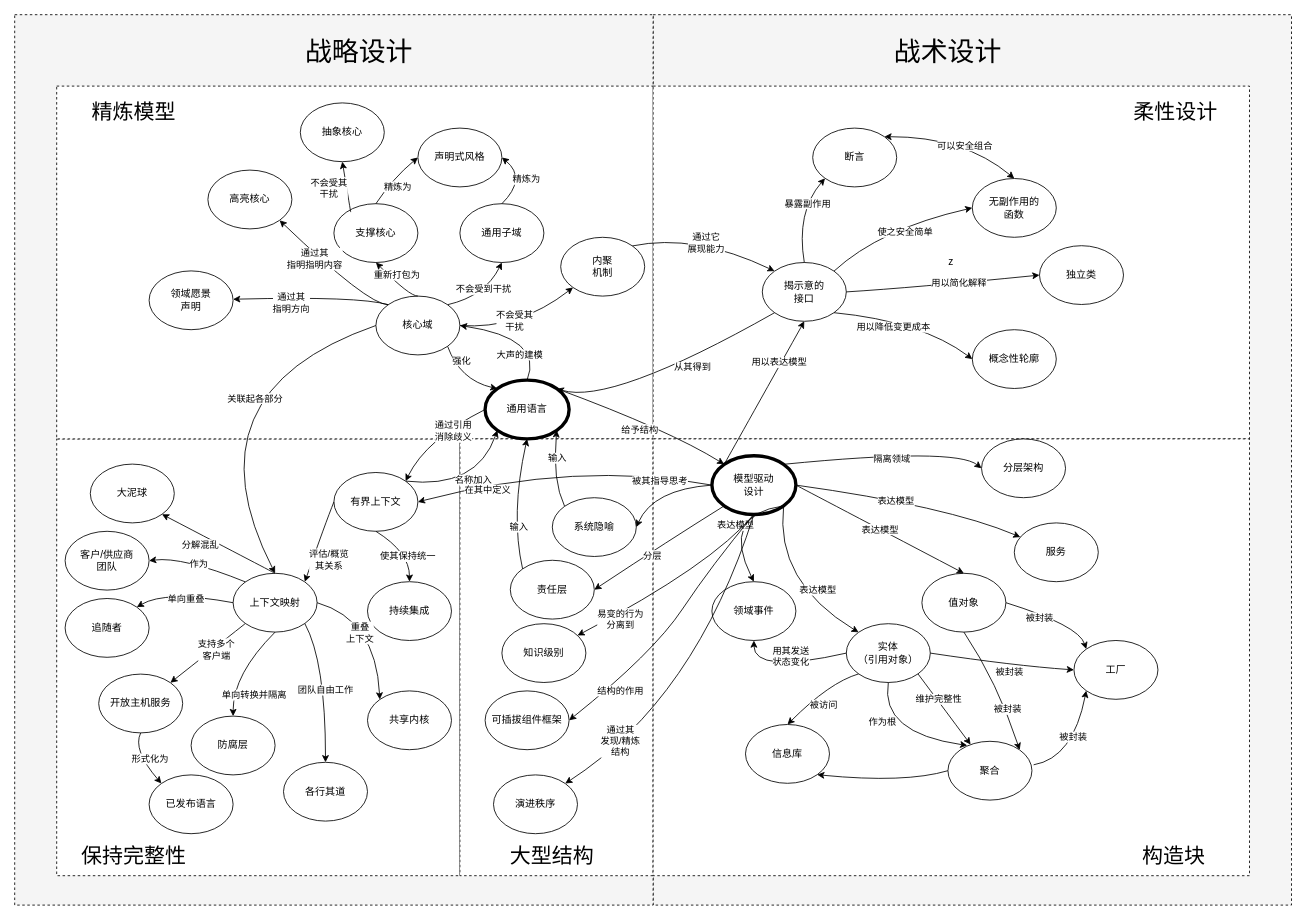
This is docs/arch/ddd/ddd-full.drawio from wizardbyron/guides, a draw.io file, before an edit. Source tidied: cells renumbered, new cells numbered last; positions are measured from the earlier drawing's top-left corner, leaving out a move shared by most shapes. Both pictures are drawn from the tidied source at 84%, with x=0, y=0 at pixel (14, 14).
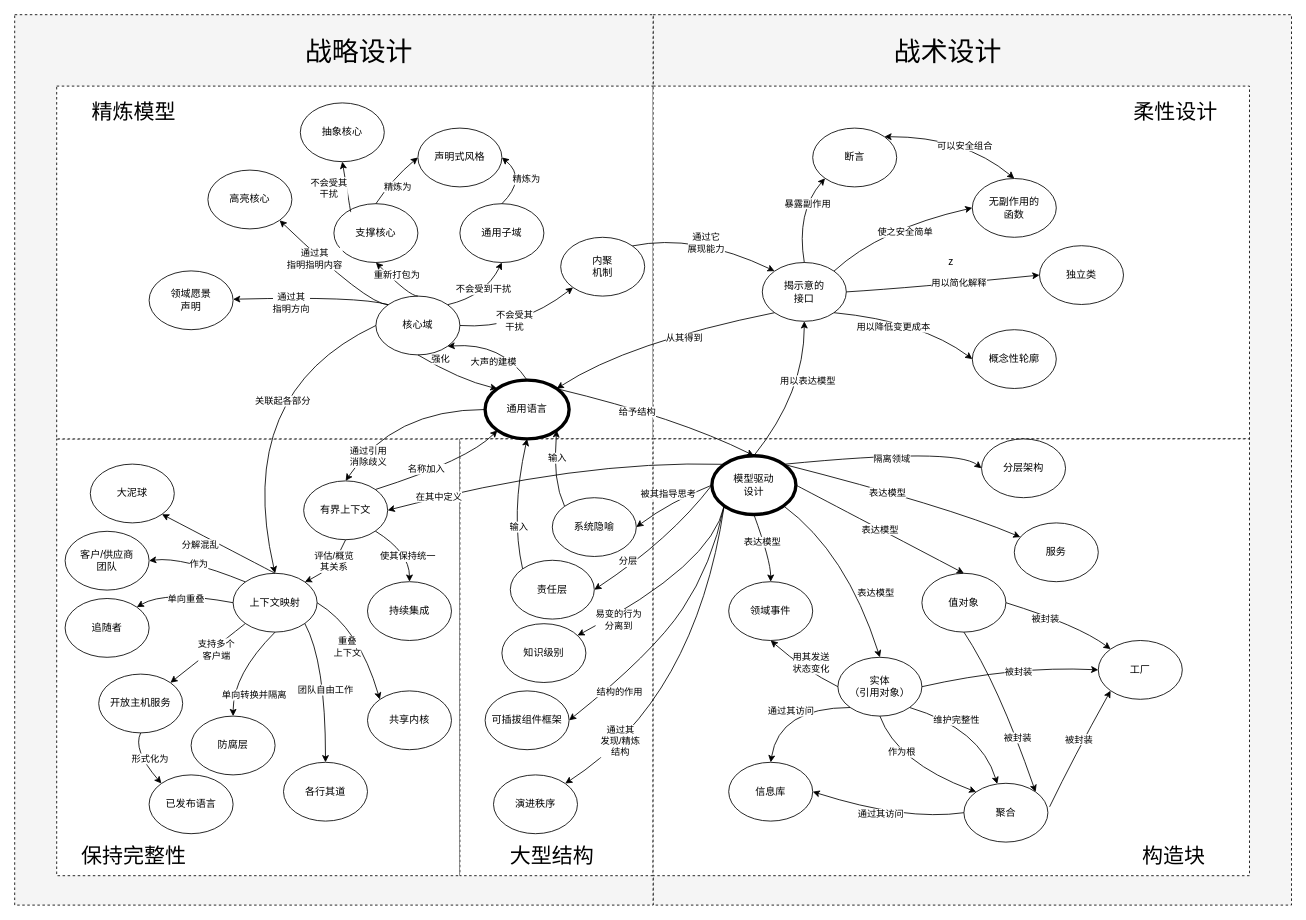
The same page after the edit.

The change refers to these unchanged cells:
```xml
<mxCell id="9" value="通用语言" style="ellipse;whiteSpace=wrap;html=1;strokeWidth=4;" parent="1" vertex="1">
  <mxGeometry x="560" y="435" width="100" height="70" as="geometry" />
</mxCell>
<mxCell id="10" value="模型驱动&lt;br&gt;设计" style="ellipse;whiteSpace=wrap;html=1;strokeWidth=4;" parent="1" vertex="1">
  <mxGeometry x="830" y="525" width="100" height="70" as="geometry" />
</mxCell>
<mxCell id="12" value="持续集成" style="ellipse;whiteSpace=wrap;html=1;" parent="1" vertex="1">
  <mxGeometry x="420" y="675" width="100" height="70" as="geometry" />
</mxCell>
<mxCell id="13" value="核心域" style="ellipse;whiteSpace=wrap;html=1;" parent="1" vertex="1">
  <mxGeometry x="430" y="335" width="100" height="70" as="geometry" />
</mxCell>
<mxCell id="16" value="上下文映射" style="ellipse;whiteSpace=wrap;html=1;" parent="1" vertex="1">
  <mxGeometry x="260" y="665" width="100" height="70" as="geometry" />
</mxCell>
<mxCell id="19" value="揭示意的&lt;br&gt;接口" style="ellipse;whiteSpace=wrap;html=1;" parent="1" vertex="1">
  <mxGeometry x="890" y="295" width="100" height="70" as="geometry" />
</mxCell>
<mxCell id="26" value="服务" style="ellipse;whiteSpace=wrap;html=1;" parent="1" vertex="1">
  <mxGeometry x="1190" y="605" width="100" height="70" as="geometry" />
</mxCell>
<mxCell id="78" value="共享内核" style="ellipse;whiteSpace=wrap;html=1;" parent="1" vertex="1">
  <mxGeometry x="420" y="805" width="100" height="70" as="geometry" />
</mxCell>
<mxCell id="132" value="系统隐喻" style="ellipse;whiteSpace=wrap;html=1;" parent="1" vertex="1">
  <mxGeometry x="640" y="575" width="100" height="70" as="geometry" />
</mxCell>
<mxCell id="133" value="责任层" style="ellipse;whiteSpace=wrap;html=1;" parent="1" vertex="1">
  <mxGeometry x="590" y="649.5" width="100" height="70" as="geometry" />
</mxCell>
<mxCell id="134" value="知识级别" style="ellipse;whiteSpace=wrap;html=1;" parent="1" vertex="1">
  <mxGeometry x="580" y="725" width="100" height="70" as="geometry" />
</mxCell>
<mxCell id="135" value="可插拔组件框架" style="ellipse;whiteSpace=wrap;html=1;" parent="1" vertex="1">
  <mxGeometry x="560" y="805" width="100" height="70" as="geometry" />
</mxCell>
<mxCell id="148" value="演进秩序" style="ellipse;whiteSpace=wrap;html=1;" parent="1" vertex="1">
  <mxGeometry x="570" y="905" width="100" height="70" as="geometry" />
</mxCell>
```

What changed in the source:
```diff
@@
     <mxCell id="11" value="有界上下文" style="ellipse;whiteSpace=wrap;html=1;" parent="1" vertex="1">
-      <mxGeometry x="380" y="545" width="100" height="70" as="geometry" />
+      <mxGeometry x="344" y="555" width="100" height="70" as="geometry" />
     </mxCell>
@@
     <mxCell id="23" value="实体&lt;br&gt;（引用对象）" style="ellipse;whiteSpace=wrap;html=1;" parent="1" vertex="1">
-      <mxGeometry x="990" y="725" width="100" height="70" as="geometry" />
+      <mxGeometry x="980" y="765" width="100" height="70" as="geometry" />
     </mxCell>
     <mxCell id="24" value="领域事件" style="ellipse;whiteSpace=wrap;html=1;" parent="1" vertex="1">
-      <mxGeometry x="830" y="675" width="100" height="70" as="geometry" />
+      <mxGeometry x="850" y="675" width="100" height="70" as="geometry" />
     </mxCell>
     <mxCell id="25" value="工厂" style="ellipse;whiteSpace=wrap;html=1;" parent="1" vertex="1">
-      <mxGeometry x="1261" y="745" width="100" height="70" as="geometry" />
+      <mxGeometry x="1290" y="745" width="100" height="70" as="geometry" />
     </mxCell>
@@
     <mxCell id="27" value="信息库" style="ellipse;whiteSpace=wrap;html=1;" parent="1" vertex="1">
-      <mxGeometry x="870" y="845" width="100" height="70" as="geometry" />
+      <mxGeometry x="850" y="890" width="100" height="70" as="geometry" />
     </mxCell>
@@
     <mxCell id="29" value="聚合" style="ellipse;whiteSpace=wrap;html=1;" parent="1" vertex="1">
-      <mxGeometry x="1111" y="865" width="100" height="70" as="geometry" />
+      <mxGeometry x="1130" y="915" width="100" height="70" as="geometry" />
     </mxCell>
-    <mxCell id="30" style="curved=1;endArrow=classic;html=1;rounded=0;exitX=1;exitY=1;exitDx=0;exitDy=0;entryX=0.5;entryY=0;entryDx=0;entryDy=0;" parent="1" edge="1" source="10" target="24">
+    <mxCell id="30" style="curved=1;endArrow=classic;html=1;rounded=0;exitX=0.5;exitY=1;exitDx=0;exitDy=0;entryX=0.5;entryY=0;entryDx=0;entryDy=0;" parent="1" edge="1" source="10" target="24">
       <mxGeometry relative="1" as="geometry">
         <Array as="points">
-          <mxPoint x="840" y="595" />
+          <mxPoint x="900" y="650" />
         </Array>
       </mxGeometry>
     </mxCell>
     <mxCell id="31" value="表达模型" style="edgeLabel;html=1;align=center;verticalAlign=middle;" parent="30" vertex="1">
-      <mxGeometry x="0.15" y="10" relative="1" as="geometry" />
+      <mxGeometry x="0.15" y="10" relative="1" as="geometry">
+        <mxPoint x="-16" y="-9" as="offset" />
+      </mxGeometry>
     </mxCell>
-    <mxCell id="32" style="curved=1;endArrow=classic;html=1;rounded=0;exitX=1;exitY=1;exitDx=0;exitDy=0;entryX=0;entryY=0;entryDx=0;entryDy=0;" parent="1" edge="1" source="10" target="23">
+    <mxCell id="32" style="curved=1;endArrow=classic;html=1;rounded=0;exitX=1;exitY=1;exitDx=0;exitDy=0;entryX=0.5;entryY=0;entryDx=0;entryDy=0;" parent="1" edge="1" source="10" target="23">
       <mxGeometry relative="1" as="geometry">
         <Array as="points">
-          <mxPoint x="905" y="675" />
+          <mxPoint x="990" y="640" />
         </Array>
       </mxGeometry>
     </mxCell>
@@
-    <mxCell id="36" style="curved=1;endArrow=classic;html=1;rounded=0;exitX=1;exitY=0.5;exitDx=0;exitDy=0;" parent="1" edge="1" source="10" target="26">
+    <mxCell id="36" style="curved=1;endArrow=classic;html=1;rounded=0;exitX=1;exitY=0;exitDx=0;exitDy=0;" parent="1" edge="1" source="10" target="26">
       <mxGeometry relative="1" as="geometry">
         <Array as="points">
           <mxPoint x="1110" y="585" />
         </Array>
       </mxGeometry>
     </mxCell>
@@
     <mxCell id="44" style="curved=1;endArrow=classic;html=1;rounded=0;exitX=0;exitY=0.5;exitDx=0;exitDy=0;entryX=0.5;entryY=1;entryDx=0;entryDy=0;" parent="1" edge="1" source="23" target="24">
       <mxGeometry relative="1" as="geometry">
         <Array as="points">
-          <mxPoint x="880" y="785" />
+          <mxPoint x="940" y="780" />
         </Array>
       </mxGeometry>
     </mxCell>
@@
     <mxCell id="46" style="curved=1;endArrow=classic;html=1;rounded=0;exitX=1;exitY=1;exitDx=0;exitDy=0;" parent="1" edge="1" source="23" target="29">
-      <mxGeometry relative="1" as="geometry" />
+      <mxGeometry relative="1" as="geometry">
+        <Array as="points">
+          <mxPoint x="1150" y="850" />
+        </Array>
+      </mxGeometry>
     </mxCell>
@@
-    <mxCell id="48" style="curved=1;endArrow=classic;html=1;rounded=0;exitX=0;exitY=0.5;exitDx=0;exitDy=0;entryX=1;entryY=1;entryDx=0;entryDy=0;" parent="1" edge="1" source="29" target="27">
+    <mxCell id="48" style="curved=1;endArrow=classic;html=1;rounded=0;exitX=0;exitY=0.5;exitDx=0;exitDy=0;entryX=1;entryY=0.5;entryDx=0;entryDy=0;" parent="1" edge="1" source="29" target="27">
       <mxGeometry relative="1" as="geometry">
         <Array as="points">
-          <mxPoint x="1060" y="915" />
+          <mxPoint x="1060" y="960" />
         </Array>
       </mxGeometry>
     </mxCell>
+    <mxCell id="158" value="通过其访问" style="edgeLabel;html=1;align=center;verticalAlign=middle;" parent="48" vertex="1">
+      <mxGeometry x="0.08" y="1" relative="1" as="geometry" />
+    </mxCell>
     <mxCell id="49" style="curved=1;endArrow=classic;html=1;rounded=0;exitX=0;exitY=1;exitDx=0;exitDy=0;entryX=0.5;entryY=0;entryDx=0;entryDy=0;" parent="1" edge="1" source="23" target="27">
       <mxGeometry relative="1" as="geometry">
         <Array as="points">
-          <mxPoint x="970" y="795" />
+          <mxPoint x="910" y="825" />
         </Array>
       </mxGeometry>
     </mxCell>
-    <mxCell id="50" value="被访问" style="edgeLabel;html=1;align=center;verticalAlign=middle;" parent="49" vertex="1">
+    <mxCell id="50" value="通过其访问" style="edgeLabel;html=1;align=center;verticalAlign=middle;" parent="49" vertex="1">
       <mxGeometry x="0.14" y="13" relative="1" as="geometry">
         <mxPoint x="1" as="offset" />
       </mxGeometry>
     </mxCell>
@@
-    <mxCell id="55" style="curved=1;endArrow=classic;html=1;rounded=0;exitX=0.5;exitY=1;exitDx=0;exitDy=0;entryX=0.23;entryY=0.071;entryDx=0;entryDy=0;entryPerimeter=0;" parent="1" edge="1" source="23" target="29">
+    <mxCell id="55" style="curved=1;endArrow=classic;html=1;rounded=0;exitX=0.5;exitY=1;exitDx=0;exitDy=0;entryX=0;entryY=0;entryDx=0;entryDy=0;" parent="1" edge="1" source="23" target="29">
       <mxGeometry relative="1" as="geometry">
         <Array as="points">
-          <mxPoint x="1030" y="855" />
+          <mxPoint x="1050" y="890" />
         </Array>
       </mxGeometry>
     </mxCell>
@@
-    <mxCell id="57" style="curved=1;endArrow=classic;html=1;rounded=0;exitX=0;exitY=0.5;exitDx=0;exitDy=0;entryX=1;entryY=0;entryDx=0;entryDy=0;" parent="1" edge="1" source="9" target="11">
+    <mxCell id="57" style="curved=1;endArrow=classic;html=1;rounded=0;exitX=0;exitY=0.5;exitDx=0;exitDy=0;entryX=0.5;entryY=0;entryDx=0;entryDy=0;" parent="1" edge="1" source="9" target="11">
       <mxGeometry relative="1" as="geometry">
         <Array as="points">
-          <mxPoint x="490" y="505" />
+          <mxPoint x="450" y="470" />
         </Array>
       </mxGeometry>
     </mxCell>
     <mxCell id="58" value="通过引用&lt;br&gt;消除歧义" style="edgeLabel;html=1;align=center;verticalAlign=middle;" parent="57" vertex="1">
-      <mxGeometry x="-0.31" y="6" relative="1" as="geometry" />
+      <mxGeometry x="-0.31" y="6" relative="1" as="geometry">
+        <mxPoint x="-67" y="49" as="offset" />
+      </mxGeometry>
     </mxCell>
-    <mxCell id="59" style="curved=1;endArrow=classic;html=1;rounded=0;exitX=0;exitY=0.5;exitDx=0;exitDy=0;entryX=1;entryY=0;entryDx=0;entryDy=0;" parent="1" edge="1" source="11" target="16">
+    <mxCell id="59" style="curved=1;endArrow=classic;html=1;rounded=0;exitX=0.5;exitY=1;exitDx=0;exitDy=0;entryX=1;entryY=0;entryDx=0;entryDy=0;" parent="1" edge="1" source="11" target="16">
       <mxGeometry relative="1" as="geometry">
         <Array as="points">
-          <mxPoint x="370" y="605" />
+          <mxPoint x="380" y="660" />
         </Array>
       </mxGeometry>
     </mxCell>
     <mxCell id="60" value="评估/概览&lt;br&gt;其关系" style="edgeLabel;html=1;align=center;verticalAlign=middle;" parent="59" vertex="1">
-      <mxGeometry x="0.33" y="18" relative="1" as="geometry" />
+      <mxGeometry x="0.33" y="18" relative="1" as="geometry">
+        <mxPoint x="4" y="-31" as="offset" />
+      </mxGeometry>
     </mxCell>
-    <mxCell id="61" style="curved=1;endArrow=classic;html=1;rounded=0;exitX=0.5;exitY=0;exitDx=0;exitDy=0;entryX=1;entryY=0.5;entryDx=0;entryDy=0;" parent="1" edge="1" source="9" target="13">
+    <mxCell id="61" style="curved=1;endArrow=classic;html=1;rounded=0;exitX=0.5;exitY=0;exitDx=0;exitDy=0;entryX=1;entryY=1;entryDx=0;entryDy=0;" parent="1" edge="1" source="9" target="13">
       <mxGeometry relative="1" as="geometry">
         <Array as="points">
-          <mxPoint x="630" y="385" />
+          <mxPoint x="580" y="390" />
         </Array>
       </mxGeometry>
     </mxCell>
@@
     <mxCell id="73" style="curved=1;endArrow=classic;html=1;rounded=0;exitX=0;exitY=0.5;exitDx=0;exitDy=0;entryX=0.5;entryY=0;entryDx=0;entryDy=0;" parent="1" edge="1" source="13" target="16">
       <mxGeometry relative="1" as="geometry">
         <Array as="points">
-          <mxPoint x="200" y="450" />
+          <mxPoint x="260" y="450" />
         </Array>
       </mxGeometry>
     </mxCell>
@@
     <mxCell id="76" style="curved=1;endArrow=classic;html=1;rounded=0;exitX=1;exitY=0;exitDx=0;exitDy=0;entryX=0;entryY=1;entryDx=0;entryDy=0;" parent="1" edge="1" source="11" target="9">
       <mxGeometry relative="1" as="geometry">
         <Array as="points">
-          <mxPoint x="550" y="565" />
+          <mxPoint x="540" y="530" />
         </Array>
       </mxGeometry>
     </mxCell>
     <mxCell id="77" value="名称加入" style="edgeLabel;html=1;align=center;verticalAlign=middle;" parent="76" vertex="1">
       <mxGeometry x="0.25" y="5" relative="1" as="geometry">
-        <mxPoint x="-5" y="4" as="offset" />
+        <mxPoint x="-36" y="11" as="offset" />
       </mxGeometry>
     </mxCell>
@@
     <mxCell id="95" style="curved=1;endArrow=classic;html=1;rounded=0;exitX=1;exitY=0.5;exitDx=0;exitDy=0;entryX=0;entryY=0;entryDx=0;entryDy=0;" parent="1" edge="1" source="16" target="78">
       <mxGeometry relative="1" as="geometry">
         <Array as="points">
-          <mxPoint x="430" y="720" />
+          <mxPoint x="410" y="730" />
         </Array>
       </mxGeometry>
     </mxCell>
@@
-    <mxCell id="97" style="curved=1;endArrow=classic;html=1;rounded=0;exitX=0.5;exitY=1;exitDx=0;exitDy=0;entryX=0.5;entryY=0;entryDx=0;entryDy=0;" parent="1" edge="1" source="11" target="12">
+    <mxCell id="97" style="curved=1;endArrow=classic;html=1;rounded=0;exitX=1;exitY=1;exitDx=0;exitDy=0;entryX=0.5;entryY=0;entryDx=0;entryDy=0;" parent="1" edge="1" source="11" target="12">
       <mxGeometry relative="1" as="geometry">
         <Array as="points">
           <mxPoint x="470" y="640" />
         </Array>
       </mxGeometry>
     </mxCell>
@@
     <mxCell id="99" style="curved=1;endArrow=classic;html=1;rounded=0;exitX=0;exitY=1;exitDx=0;exitDy=0;entryX=1;entryY=0;entryDx=0;entryDy=0;" parent="1" edge="1" source="19" target="9">
       <mxGeometry relative="1" as="geometry">
         <Array as="points">
-          <mxPoint x="710" y="465" />
+          <mxPoint x="730" y="390" />
         </Array>
       </mxGeometry>
     </mxCell>
@@
-    <mxCell id="101" value="用以表达模型" style="curved=1;endArrow=classic;html=1;rounded=0;exitX=0;exitY=0;exitDx=0;exitDy=0;entryX=0.5;entryY=1;entryDx=0;entryDy=0;" parent="1" edge="1" source="10" target="19">
-      <mxGeometry x="0.41" y="2" relative="1" as="geometry" />
+    <mxCell id="101" value="用以表达模型" style="curved=1;endArrow=classic;html=1;rounded=0;exitX=0.5;exitY=0;exitDx=0;exitDy=0;entryX=0.5;entryY=1;entryDx=0;entryDy=0;" parent="1" edge="1" source="10" target="19">
+      <mxGeometry x="0.21" y="-4" relative="1" as="geometry">
+        <Array as="points">
+          <mxPoint x="940" y="450" />
+        </Array>
+      </mxGeometry>
     </mxCell>
@@
-    <mxCell id="112" style="curved=1;endArrow=classic;html=1;rounded=0;exitX=1;exitY=1;exitDx=0;exitDy=0;entryX=0;entryY=0;entryDx=0;entryDy=0;" parent="1" edge="1" source="13" target="9">
+    <mxCell id="112" style="curved=1;endArrow=classic;html=1;rounded=0;exitX=0.5;exitY=1;exitDx=0;exitDy=0;entryX=0;entryY=0;entryDx=0;entryDy=0;" parent="1" edge="1" source="13" target="9">
       <mxGeometry relative="1" as="geometry">
         <Array as="points">
           <mxPoint x="530" y="435" />
         </Array>
       </mxGeometry>
     </mxCell>
@@
-    <mxCell id="114" style="curved=1;endArrow=classic;html=1;rounded=0;entryX=0;entryY=0;entryDx=0;entryDy=0;exitX=1;exitY=0;exitDx=0;exitDy=0;" parent="1" edge="1" source="9" target="10">
+    <mxCell id="114" style="curved=1;endArrow=classic;html=1;rounded=0;entryX=0.5;entryY=0;entryDx=0;entryDy=0;exitX=1;exitY=0;exitDx=0;exitDy=0;" parent="1" edge="1" source="9" target="10">
       <mxGeometry relative="1" as="geometry">
         <Array as="points">
-          <mxPoint x="780" y="495" />
+          <mxPoint x="790" y="480" />
         </Array>
       </mxGeometry>
     </mxCell>
     <mxCell id="115" value="给予结构" style="edgeLabel;html=1;align=center;verticalAlign=middle;" parent="114" vertex="1">
-      <mxGeometry x="-0.01" y="-11" relative="1" as="geometry" />
+      <mxGeometry x="-0.01" y="-11" relative="1" as="geometry">
+        <mxPoint x="-22" y="-12" as="offset" />
+      </mxGeometry>
     </mxCell>
-    <mxCell id="116" style="curved=1;endArrow=classic;html=1;rounded=0;entryX=1;entryY=0.5;entryDx=0;entryDy=0;exitX=0;exitY=0.5;exitDx=0;exitDy=0;" parent="1" edge="1" source="10" target="11">
+    <mxCell id="116" style="curved=1;endArrow=classic;html=1;rounded=0;entryX=1;entryY=0.5;entryDx=0;entryDy=0;exitX=0;exitY=0;exitDx=0;exitDy=0;" parent="1" edge="1" source="10" target="11">
       <mxGeometry relative="1" as="geometry">
         <Array as="points">
           <mxPoint x="670" y="530" />
         </Array>
       </mxGeometry>
     </mxCell>
     <mxCell id="117" value="在其中定义" style="edgeLabel;html=1;align=center;verticalAlign=middle;" parent="116" vertex="1">
       <mxGeometry x="0.27" y="-5" relative="1" as="geometry">
-        <mxPoint x="-43" y="24" as="offset" />
+        <mxPoint x="-83" y="27" as="offset" />
       </mxGeometry>
     </mxCell>
@@
     <mxCell id="136" style="curved=1;endArrow=classic;html=1;rounded=0;entryX=1;entryY=0.5;entryDx=0;entryDy=0;exitX=0;exitY=0.5;exitDx=0;exitDy=0;" parent="1" edge="1" source="10" target="132">
       <mxGeometry relative="1" as="geometry">
         <Array as="points">
-          <mxPoint x="760" y="565" />
+          <mxPoint x="780" y="580" />
         </Array>
       </mxGeometry>
     </mxCell>
@@
-    <mxCell id="138" style="curved=1;endArrow=classic;html=1;rounded=0;entryX=1;entryY=0.5;entryDx=0;entryDy=0;exitX=0;exitY=1;exitDx=0;exitDy=0;" parent="1" edge="1" source="10" target="133">
+    <mxCell id="138" style="curved=1;endArrow=classic;html=1;rounded=0;entryX=1;entryY=0.5;entryDx=0;entryDy=0;exitX=0;exitY=0.5;exitDx=0;exitDy=0;" parent="1" edge="1" source="10" target="133">
       <mxGeometry relative="1" as="geometry">
         <Array as="points">
           <mxPoint x="780" y="625" />
         </Array>
       </mxGeometry>
     </mxCell>
     <mxCell id="139" value="分层" style="edgeLabel;html=1;align=center;verticalAlign=middle;" parent="138" vertex="1">
       <mxGeometry x="-0.32" y="-2" relative="1" as="geometry">
-        <mxPoint x="-32" y="27" as="offset" />
+        <mxPoint x="-59" y="40" as="offset" />
       </mxGeometry>
     </mxCell>
@@
-    <mxCell id="144" style="curved=1;endArrow=classic;html=1;rounded=0;entryX=1;entryY=0.5;entryDx=0;entryDy=0;exitX=0.5;exitY=1;exitDx=0;exitDy=0;" parent="1" edge="1" source="10" target="135">
+    <mxCell id="144" style="curved=1;endArrow=classic;html=1;rounded=0;entryX=1;entryY=0.5;entryDx=0;entryDy=0;exitX=0;exitY=1;exitDx=0;exitDy=0;" parent="1" edge="1" source="10" target="135">
       <mxGeometry relative="1" as="geometry">
         <Array as="points">
           <mxPoint x="830" y="655" />
           <mxPoint x="760" y="760" />
         </Array>
       </mxGeometry>
     </mxCell>
@@
-    <mxCell id="146" style="curved=1;endArrow=classic;html=1;rounded=0;exitX=0.5;exitY=1;exitDx=0;exitDy=0;" parent="1" edge="1" source="10" target="134">
+    <mxCell id="146" style="curved=1;endArrow=classic;html=1;rounded=0;exitX=0;exitY=1;exitDx=0;exitDy=0;" parent="1" edge="1" source="10" target="134">
       <mxGeometry relative="1" as="geometry">
         <Array as="points">
           <mxPoint x="830" y="655" />
         </Array>
       </mxGeometry>
     </mxCell>
@@
-    <mxCell id="149" style="curved=1;endArrow=classic;html=1;rounded=0;entryX=1;entryY=0;entryDx=0;entryDy=0;exitX=0.5;exitY=1;exitDx=0;exitDy=0;" parent="1" edge="1" source="10" target="148">
+    <mxCell id="149" style="curved=1;endArrow=classic;html=1;rounded=0;entryX=1;entryY=0;entryDx=0;entryDy=0;exitX=0;exitY=1;exitDx=0;exitDy=0;" parent="1" edge="1" source="10" target="148">
       <mxGeometry relative="1" as="geometry">
         <Array as="points">
           <mxPoint x="810" y="815" />
         </Array>
       </mxGeometry>
     </mxCell>
```
